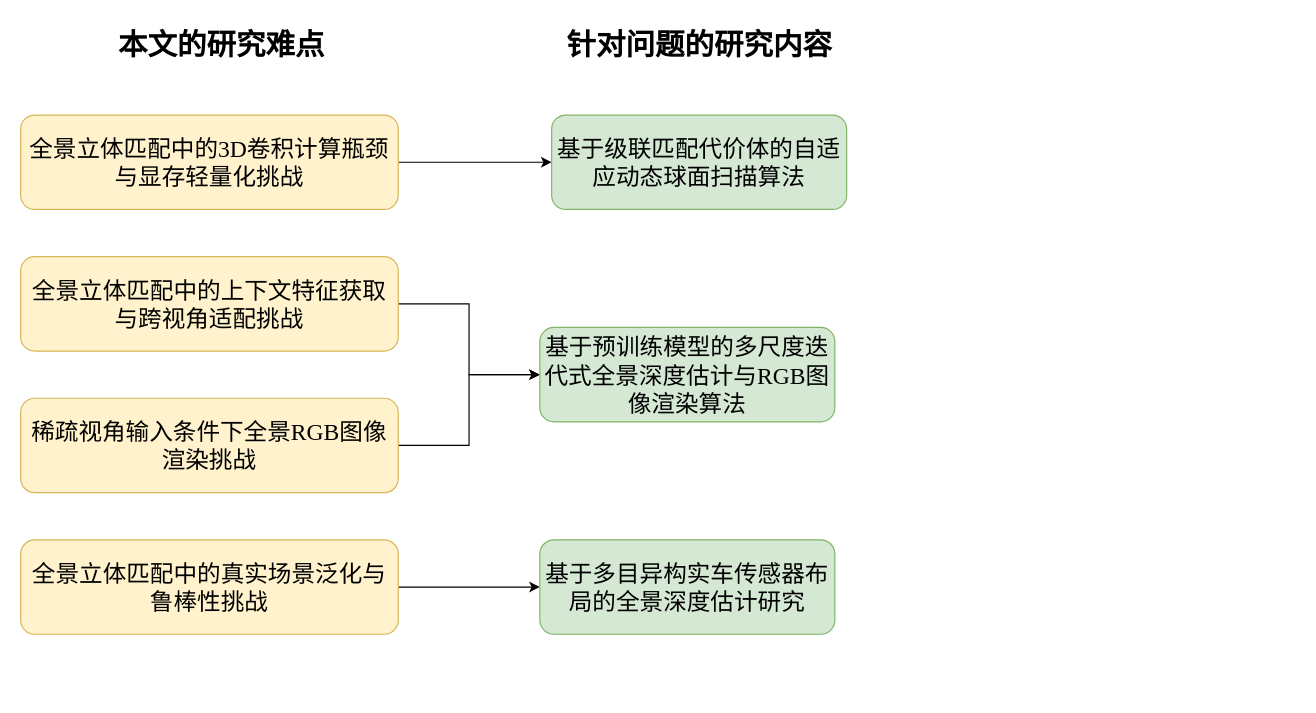
The draw.io diagram roadmap.drawio in wangpinzhi/wangpinzhi.github.io, before the edit. Source tidied: cells renumbered, new cells numbered last; positions are measured from the earlier drawing's top-left corner, leaving out a move shared by most shapes. Both pictures are drawn from the tidied source at 118%, with x=0, y=0 at pixel (20, 20).
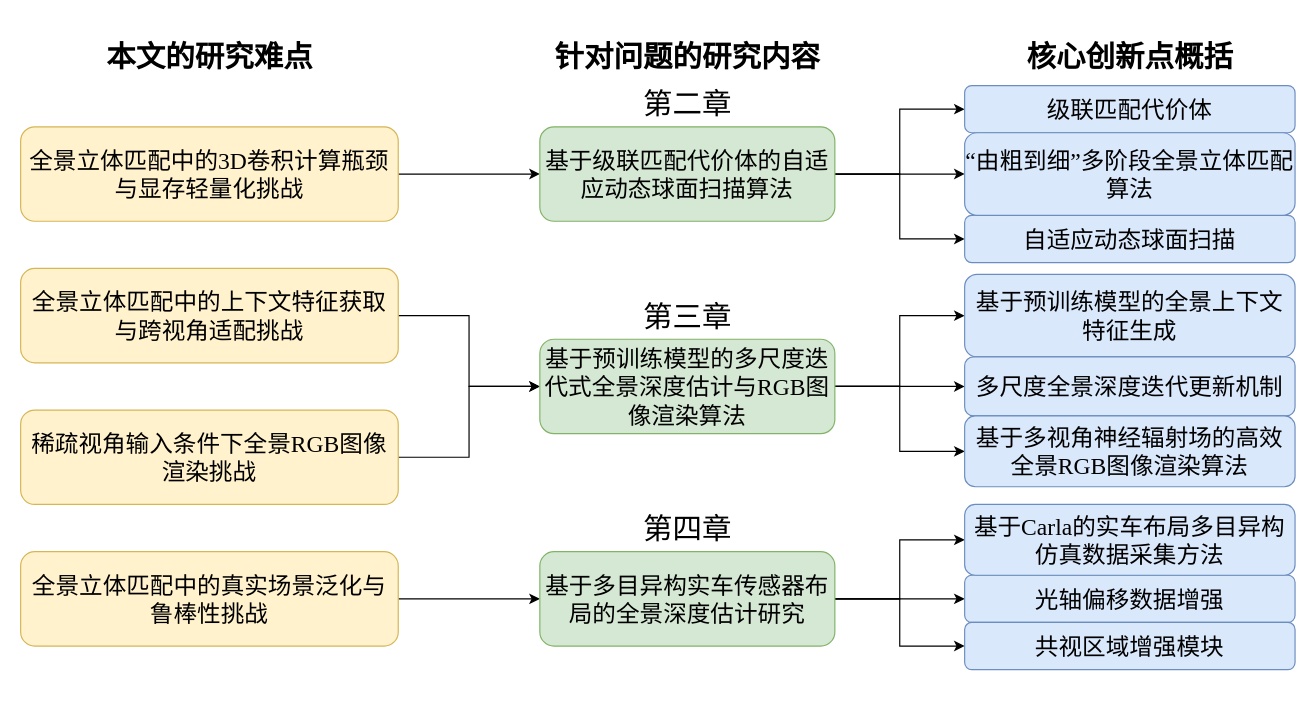
The same diagram, later.

The edit, as a diff of the source:
```diff
@@
+    <mxCell id="15" style="group;" parent="1" vertex="1">
+      <mxGeometry y="10" width="1080" height="560" as="geometry" />
+    </mxCell>
-    <mxCell id="2" style="edgeStyle=orthogonalEdgeStyle;rounded=0;jettySize=auto;html=1;entryX=0;entryY=0.5;entryDx=0;entryDy=0;" parent="1" edge="1" source="3" target="11">
+    <mxCell id="2" style="edgeStyle=orthogonalEdgeStyle;rounded=0;jettySize=auto;html=1;entryX=0;entryY=0.5;entryDx=0;entryDy=0;" parent="15" edge="1" source="3" target="11">
       <mxGeometry relative="1" as="geometry" />
     </mxCell>
-    <mxCell id="3" value="全景立体匹配中的3D卷积计算瓶颈与显存轻量化挑战" style="rounded=1;whiteSpace=wrap;html=1;fillColor=#fff2cc;strokeColor=#d6b656;fontFamily=Times New Roman;fontSize=20;direction=west;" parent="1" vertex="1">
+    <mxCell id="3" value="全景立体匹配中的3D卷积计算瓶颈与显存轻量化挑战" style="rounded=1;whiteSpace=wrap;html=1;fillColor=#fff2cc;strokeColor=#d6b656;fontFamily=Times New Roman;fontSize=20;direction=west;" parent="15" vertex="1">
       <mxGeometry y="80" width="320" height="80" as="geometry" />
     </mxCell>
-    <mxCell id="4" style="edgeStyle=orthogonalEdgeStyle;rounded=0;jettySize=auto;html=1;exitX=0;exitY=0.5;exitDx=0;exitDy=0;entryX=0;entryY=0.5;entryDx=0;entryDy=0;" parent="1" edge="1" source="5" target="13">
+    <mxCell id="4" style="edgeStyle=orthogonalEdgeStyle;rounded=0;jettySize=auto;html=1;exitX=0;exitY=0.5;exitDx=0;exitDy=0;entryX=0;entryY=0.5;entryDx=0;entryDy=0;" parent="15" edge="1" source="5" target="13">
       <mxGeometry relative="1" as="geometry" />
     </mxCell>
-    <mxCell id="5" value="全景立体匹配中的上下文特征获取与跨视角适配挑战" style="rounded=1;whiteSpace=wrap;html=1;fillColor=#fff2cc;strokeColor=#d6b656;fontFamily=Times New Roman;fontSize=20;direction=west;" parent="1" vertex="1">
+    <mxCell id="5" value="全景立体匹配中的上下文特征获取与跨视角适配挑战" style="rounded=1;whiteSpace=wrap;html=1;fillColor=#fff2cc;strokeColor=#d6b656;fontFamily=Times New Roman;fontSize=20;direction=west;" parent="15" vertex="1">
       <mxGeometry y="200" width="320" height="80" as="geometry" />
     </mxCell>
-    <mxCell id="6" value="本文的研究难点" style="text;html=1;align=center;verticalAlign=middle;strokeColor=none;fillColor=none;fontSize=25;fontStyle=1;" parent="1" vertex="1">
-      <mxGeometry x="70" width="200" height="40" as="geometry" />
+    <mxCell id="6" value="本文的研究难点" style="text;html=1;align=center;verticalAlign=middle;strokeColor=none;fillColor=none;fontSize=25;fontStyle=1;" parent="15" vertex="1">
+      <mxGeometry x="60" width="200" height="40" as="geometry" />
     </mxCell>
-    <mxCell id="7" style="edgeStyle=orthogonalEdgeStyle;rounded=0;jettySize=auto;html=1;exitX=0;exitY=0.5;exitDx=0;exitDy=0;" parent="1" edge="1" source="8" target="13">
+    <mxCell id="7" style="edgeStyle=orthogonalEdgeStyle;rounded=0;jettySize=auto;html=1;exitX=0;exitY=0.5;exitDx=0;exitDy=0;" parent="15" edge="1" source="8" target="13">
       <mxGeometry relative="1" as="geometry" />
     </mxCell>
-    <mxCell id="8" value="稀疏视角输入条件下全景RGB图像渲染挑战" style="rounded=1;whiteSpace=wrap;html=1;fillColor=#fff2cc;strokeColor=#d6b656;fontFamily=Times New Roman;fontSize=20;direction=west;" parent="1" vertex="1">
+    <mxCell id="8" value="稀疏视角输入条件下全景RGB图像渲染挑战" style="rounded=1;whiteSpace=wrap;html=1;fillColor=#fff2cc;strokeColor=#d6b656;fontFamily=Times New Roman;fontSize=20;direction=west;" parent="15" vertex="1">
       <mxGeometry y="320" width="320" height="80" as="geometry" />
     </mxCell>
-    <mxCell id="9" style="edgeStyle=orthogonalEdgeStyle;rounded=0;jettySize=auto;html=1;entryX=0;entryY=0.5;entryDx=0;entryDy=0;" parent="1" edge="1" source="10" target="14">
+    <mxCell id="9" style="edgeStyle=orthogonalEdgeStyle;rounded=0;jettySize=auto;html=1;entryX=0;entryY=0.5;entryDx=0;entryDy=0;" parent="15" edge="1" source="10" target="14">
       <mxGeometry relative="1" as="geometry" />
     </mxCell>
-    <mxCell id="10" value="全景立体匹配中的真实场景泛化与鲁棒性挑战" style="rounded=1;whiteSpace=wrap;html=1;fillColor=#fff2cc;strokeColor=#d6b656;fontFamily=Times New Roman;fontSize=20;direction=west;" parent="1" vertex="1">
+    <mxCell id="10" value="全景立体匹配中的真实场景泛化与鲁棒性挑战" style="rounded=1;whiteSpace=wrap;html=1;fillColor=#fff2cc;strokeColor=#d6b656;fontFamily=Times New Roman;fontSize=20;direction=west;" parent="15" vertex="1">
       <mxGeometry y="440" width="320" height="80" as="geometry" />
     </mxCell>
+    <mxCell id="16" style="edgeStyle=orthogonalEdgeStyle;rounded=0;jettySize=auto;html=1;exitX=1;exitY=0.5;exitDx=0;exitDy=0;entryX=0;entryY=0.5;entryDx=0;entryDy=0;" parent="15" edge="1" source="11" target="29">
+      <mxGeometry relative="1" as="geometry" />
+    </mxCell>
+    <mxCell id="17" style="edgeStyle=orthogonalEdgeStyle;rounded=0;jettySize=auto;html=1;entryX=0;entryY=0.5;entryDx=0;entryDy=0;" parent="15" edge="1" source="11" target="30">
+      <mxGeometry relative="1" as="geometry" />
+    </mxCell>
+    <mxCell id="18" style="edgeStyle=orthogonalEdgeStyle;rounded=0;jettySize=auto;html=1;exitX=1;exitY=0.5;exitDx=0;exitDy=0;entryX=0;entryY=0.5;entryDx=0;entryDy=0;" parent="15" edge="1" source="11" target="37">
+      <mxGeometry relative="1" as="geometry" />
+    </mxCell>
-    <mxCell id="11" value="基于级联匹配代价体的自适应动态球面扫描算法" style="rounded=1;whiteSpace=wrap;html=1;fillColor=#d5e8d4;strokeColor=#82b366;fontSize=20;fontFamily=Times New Roman;" parent="1" vertex="1">
-      <mxGeometry x="450" y="80" width="250" height="80" as="geometry" />
+    <mxCell id="11" value="基于级联匹配代价体的自适应动态球面扫描算法" style="rounded=1;whiteSpace=wrap;html=1;fillColor=#d5e8d4;strokeColor=#82b366;fontSize=20;fontFamily=Times New Roman;" parent="15" vertex="1">
+      <mxGeometry x="440" y="80" width="250" height="80" as="geometry" />
     </mxCell>
-    <mxCell id="12" value="针对问题的研究内容" style="text;html=1;align=center;verticalAlign=middle;strokeColor=none;fillColor=none;fontSize=25;fontStyle=1;" parent="1" vertex="1">
-      <mxGeometry x="450" width="250" height="40" as="geometry" />
+    <mxCell id="12" value="针对问题的研究内容" style="text;html=1;align=center;verticalAlign=middle;strokeColor=none;fillColor=none;fontSize=25;fontStyle=1;" parent="15" vertex="1">
+      <mxGeometry x="440" width="250" height="40" as="geometry" />
     </mxCell>
+    <mxCell id="19" style="edgeStyle=orthogonalEdgeStyle;rounded=0;jettySize=auto;html=1;exitX=1;exitY=0.5;exitDx=0;exitDy=0;entryX=0;entryY=0.5;entryDx=0;entryDy=0;" parent="15" edge="1" source="13" target="31">
+      <mxGeometry relative="1" as="geometry" />
+    </mxCell>
+    <mxCell id="20" style="edgeStyle=orthogonalEdgeStyle;rounded=0;jettySize=auto;html=1;entryX=0;entryY=0.5;entryDx=0;entryDy=0;" parent="15" edge="1" source="13" target="32">
+      <mxGeometry relative="1" as="geometry" />
+    </mxCell>
+    <mxCell id="21" style="edgeStyle=orthogonalEdgeStyle;rounded=0;jettySize=auto;html=1;entryX=0;entryY=0.5;entryDx=0;entryDy=0;" parent="15" edge="1" source="13" target="33">
+      <mxGeometry relative="1" as="geometry" />
+    </mxCell>
-    <mxCell id="13" value="基于预训练模型的多尺度迭代式全景深度估计与RGB图像渲染算法" style="rounded=1;whiteSpace=wrap;html=1;fillColor=#d5e8d4;strokeColor=#82b366;fontSize=20;fontFamily=Times New Roman;" parent="1" vertex="1">
+    <mxCell id="13" value="基于预训练模型的多尺度迭代式全景深度估计与RGB图像渲染算法" style="rounded=1;whiteSpace=wrap;html=1;fillColor=#d5e8d4;strokeColor=#82b366;fontSize=20;fontFamily=Times New Roman;" parent="15" vertex="1">
       <mxGeometry x="440" y="260" width="250" height="80" as="geometry" />
     </mxCell>
+    <mxCell id="22" style="edgeStyle=orthogonalEdgeStyle;rounded=0;jettySize=auto;html=1;entryX=0;entryY=0.5;entryDx=0;entryDy=0;" parent="15" edge="1" source="14" target="34">
+      <mxGeometry relative="1" as="geometry" />
+    </mxCell>
+    <mxCell id="23" style="edgeStyle=orthogonalEdgeStyle;rounded=0;jettySize=auto;html=1;entryX=0;entryY=0.5;entryDx=0;entryDy=0;" parent="15" edge="1" source="14" target="36">
+      <mxGeometry relative="1" as="geometry" />
+    </mxCell>
+    <mxCell id="24" style="edgeStyle=orthogonalEdgeStyle;rounded=0;jettySize=auto;html=1;entryX=0;entryY=0.5;entryDx=0;entryDy=0;" parent="15" edge="1" source="14" target="35">
+      <mxGeometry relative="1" as="geometry" />
+    </mxCell>
-    <mxCell id="14" value="基于多目异构实车传感器布局的全景深度估计研究" style="rounded=1;whiteSpace=wrap;html=1;fillColor=#d5e8d4;strokeColor=#82b366;fontSize=20;fontFamily=Times New Roman;" parent="1" vertex="1">
+    <mxCell id="14" value="基于多目异构实车传感器布局的全景深度估计研究" style="rounded=1;whiteSpace=wrap;html=1;fillColor=#d5e8d4;strokeColor=#82b366;fontSize=20;fontFamily=Times New Roman;" parent="15" vertex="1">
       <mxGeometry x="440" y="440" width="250" height="80" as="geometry" />
     </mxCell>
+    <mxCell id="25" value="核心创新点概括" style="text;html=1;align=center;verticalAlign=middle;strokeColor=none;fillColor=none;fontSize=25;fontStyle=1;" parent="15" vertex="1">
+      <mxGeometry x="840" width="200" height="40" as="geometry" />
+    </mxCell>
+    <mxCell id="26" value="第二章" style="text;html=1;align=center;verticalAlign=middle;strokeColor=none;fillColor=none;fontSize=25;" parent="15" vertex="1">
+      <mxGeometry x="515" y="40" width="100" height="40" as="geometry" />
+    </mxCell>
+    <mxCell id="27" value="第三章" style="text;html=1;align=center;verticalAlign=middle;strokeColor=none;fillColor=none;fontSize=25;" parent="15" vertex="1">
+      <mxGeometry x="515" y="220" width="100" height="40" as="geometry" />
+    </mxCell>
+    <mxCell id="28" value="第四章" style="text;html=1;align=center;verticalAlign=middle;strokeColor=none;fillColor=none;fontSize=25;" parent="15" vertex="1">
+      <mxGeometry x="515" y="400" width="100" height="40" as="geometry" />
+    </mxCell>
+    <mxCell id="29" value="级联匹配代价体" style="rounded=1;whiteSpace=wrap;html=1;fillColor=#dae8fc;strokeColor=#6c8ebf;fontSize=20;fontFamily=Times New Roman;" parent="15" vertex="1">
+      <mxGeometry x="800" y="45" width="280" height="40" as="geometry" />
+    </mxCell>
+    <mxCell id="30" value="自适应动态球面扫描" style="rounded=1;whiteSpace=wrap;html=1;fillColor=#dae8fc;strokeColor=#6c8ebf;fontSize=20;fontFamily=Times New Roman;" parent="15" vertex="1">
+      <mxGeometry x="800" y="155" width="280" height="40" as="geometry" />
+    </mxCell>
+    <mxCell id="31" value="基于预训练模型的全景上下文特征生成" style="rounded=1;whiteSpace=wrap;html=1;fillColor=#dae8fc;strokeColor=#6c8ebf;fontSize=20;fontFamily=Times New Roman;" parent="15" vertex="1">
+      <mxGeometry x="800" y="205" width="280" height="70" as="geometry" />
+    </mxCell>
+    <mxCell id="32" value="多尺度全景深度迭代更新机制" style="rounded=1;whiteSpace=wrap;html=1;fillColor=#dae8fc;strokeColor=#6c8ebf;fontSize=20;fontFamily=Times New Roman;" parent="15" vertex="1">
+      <mxGeometry x="800" y="275" width="280" height="50" as="geometry" />
+    </mxCell>
+    <mxCell id="33" value="基于多视角神经辐射场的高效全景RGB图像渲染算法" style="rounded=1;whiteSpace=wrap;html=1;fillColor=#dae8fc;strokeColor=#6c8ebf;fontSize=20;fontFamily=Times New Roman;" parent="15" vertex="1">
+      <mxGeometry x="800" y="325" width="280" height="60" as="geometry" />
+    </mxCell>
+    <mxCell id="34" value="光轴偏移数据增强" style="rounded=1;whiteSpace=wrap;html=1;fillColor=#dae8fc;strokeColor=#6c8ebf;fontSize=20;fontFamily=Times New Roman;" parent="15" vertex="1">
+      <mxGeometry x="800" y="460" width="280" height="40" as="geometry" />
+    </mxCell>
+    <mxCell id="35" value="共视区域增强模块" style="rounded=1;whiteSpace=wrap;html=1;fillColor=#dae8fc;strokeColor=#6c8ebf;fontSize=20;fontFamily=Times New Roman;" parent="15" vertex="1">
+      <mxGeometry x="800" y="500" width="280" height="40" as="geometry" />
+    </mxCell>
+    <mxCell id="36" value="基于Carla的实车布局多目异构仿真数据采集方法" style="rounded=1;whiteSpace=wrap;html=1;fillColor=#dae8fc;strokeColor=#6c8ebf;fontSize=20;fontFamily=Times New Roman;" parent="15" vertex="1">
+      <mxGeometry x="800" y="400" width="280" height="60" as="geometry" />
+    </mxCell>
+    <mxCell id="37" value="“由粗到细”多阶段全景立体匹配算法" style="rounded=1;whiteSpace=wrap;html=1;fillColor=#dae8fc;strokeColor=#6c8ebf;fontSize=20;fontFamily=Times New Roman;" parent="15" vertex="1">
+      <mxGeometry x="800" y="85" width="280" height="70" as="geometry" />
+    </mxCell>
```
